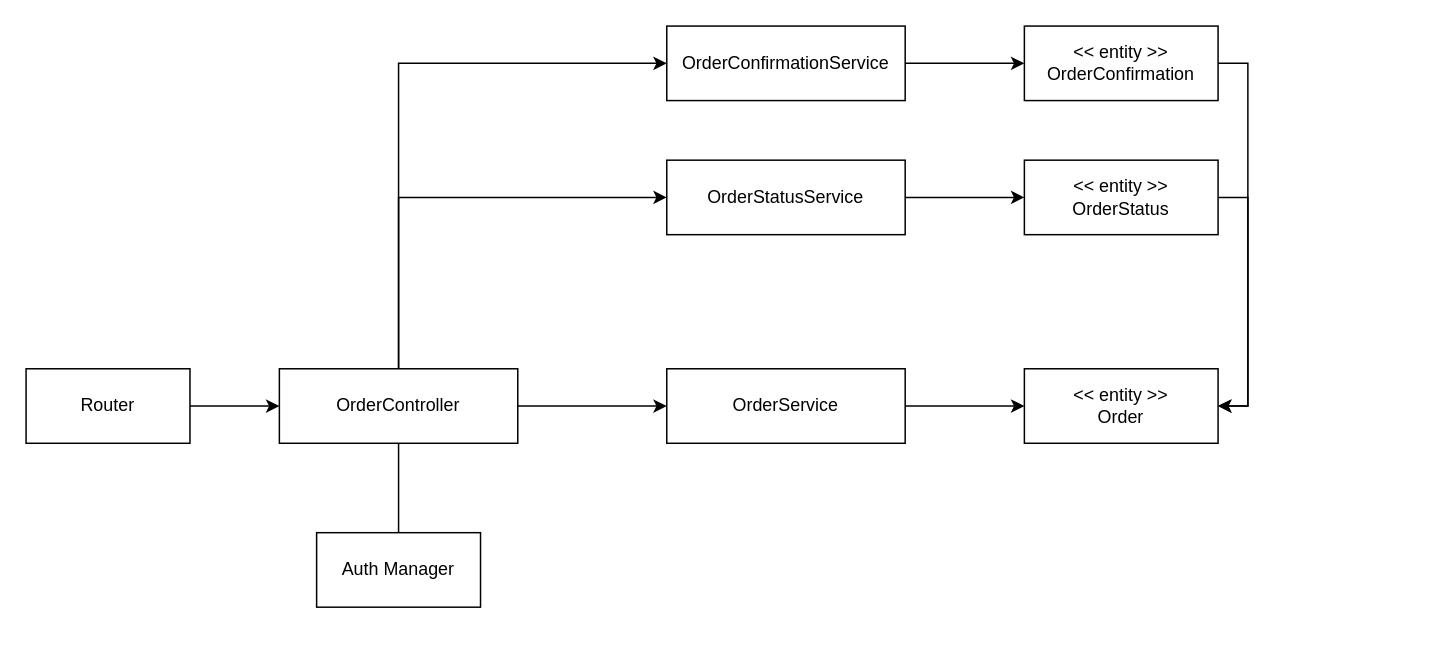
The draw.io diagram page "Use Case" (1 of 3) of magistracy/software-engeneering-methodology/diagrams/Class_UC-Component-Order.drawio in GulDilin/itmo, before the edit. Source tidied: cells renumbered, new cells numbered last; positions are measured from the earlier drawing's top-left corner, leaving out a move shared by most shapes. Both pictures are drawn from the tidied source at 149%, with x=0, y=0 at pixel (25, 25).
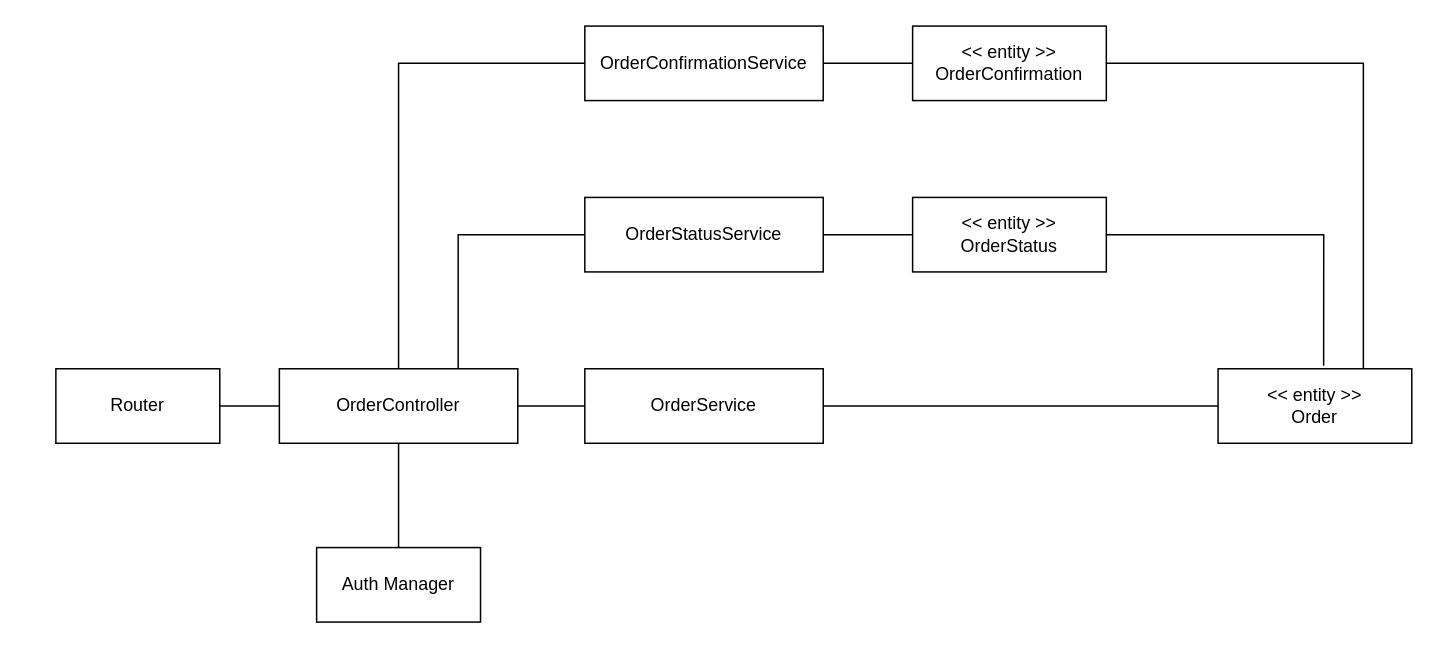
The same page after the edit.

Unchanged cells that the change refers to:
```xml
<mxCell id="6" value="OrderController" style="html=1;whiteSpace=wrap;" parent="1" vertex="1">
  <mxGeometry x="170" y="230" width="160" height="50" as="geometry" />
</mxCell>
```

Diff of the diagram source:
```diff
@@
-    <mxCell id="2" style="edgeStyle=orthogonalEdgeStyle;rounded=0;jettySize=auto;html=1;" parent="1" edge="1" source="6" target="9">
+    <mxCell id="2" style="edgeStyle=orthogonalEdgeStyle;rounded=0;jettySize=auto;html=1;endArrow=none;endFill=0;startArrow=none;startFill=0;" parent="1" edge="1" source="6" target="9">
       <mxGeometry relative="1" as="geometry" />
     </mxCell>
@@
-    <mxCell id="4" style="edgeStyle=orthogonalEdgeStyle;rounded=0;jettySize=auto;html=1;entryX=0;entryY=0.5;entryDx=0;entryDy=0;exitX=0.5;exitY=0;exitDx=0;exitDy=0;" parent="1" edge="1" source="6" target="14">
+    <mxCell id="4" style="edgeStyle=orthogonalEdgeStyle;rounded=0;jettySize=auto;html=1;entryX=0;entryY=0.5;entryDx=0;entryDy=0;exitX=0.75;exitY=0;exitDx=0;exitDy=0;endArrow=none;endFill=0;startArrow=none;startFill=0;" parent="1" edge="1" source="6" target="14">
       <mxGeometry relative="1" as="geometry" />
     </mxCell>
-    <mxCell id="5" style="edgeStyle=orthogonalEdgeStyle;rounded=0;jettySize=auto;html=1;entryX=0;entryY=0.5;entryDx=0;entryDy=0;exitX=0.5;exitY=0;exitDx=0;exitDy=0;" parent="1" edge="1" source="6" target="20">
+    <mxCell id="5" style="edgeStyle=orthogonalEdgeStyle;rounded=0;jettySize=auto;html=1;entryX=0;entryY=0.5;entryDx=0;entryDy=0;exitX=0.5;exitY=0;exitDx=0;exitDy=0;endArrow=none;endFill=0;startArrow=none;startFill=0;" parent="1" edge="1" source="6" target="20">
       <mxGeometry relative="1" as="geometry" />
     </mxCell>
@@
     <mxCell id="7" value="Auth Manager" style="html=1;whiteSpace=wrap;" parent="1" vertex="1">
-      <mxGeometry x="195" y="340" width="110" height="50" as="geometry" />
+      <mxGeometry x="195" y="350" width="110" height="50" as="geometry" />
     </mxCell>
-    <mxCell id="8" style="edgeStyle=orthogonalEdgeStyle;rounded=0;jettySize=auto;html=1;" parent="1" edge="1" source="9" target="10">
+    <mxCell id="8" style="edgeStyle=orthogonalEdgeStyle;rounded=0;jettySize=auto;html=1;endArrow=none;endFill=0;startArrow=none;startFill=0;" parent="1" edge="1" source="9" target="10">
       <mxGeometry relative="1" as="geometry" />
     </mxCell>
     <mxCell id="9" value="OrderService" style="html=1;whiteSpace=wrap;" parent="1" vertex="1">
-      <mxGeometry x="430" y="230" width="160" height="50" as="geometry" />
+      <mxGeometry x="375" y="230" width="160" height="50" as="geometry" />
     </mxCell>
     <mxCell id="10" value="&amp;lt;&amp;lt; entity &amp;gt;&amp;gt;&lt;br&gt;Order" style="html=1;whiteSpace=wrap;" parent="1" vertex="1">
-      <mxGeometry x="670" y="230" width="130" height="50" as="geometry" />
+      <mxGeometry x="800" y="230" width="130" height="50" as="geometry" />
     </mxCell>
-    <mxCell id="11" style="edgeStyle=orthogonalEdgeStyle;rounded=0;jettySize=auto;html=1;" parent="1" edge="1" source="12" target="6">
+    <mxCell id="11" style="edgeStyle=orthogonalEdgeStyle;rounded=0;jettySize=auto;html=1;endArrow=none;endFill=0;startArrow=none;startFill=0;" parent="1" edge="1" source="12" target="6">
       <mxGeometry relative="1" as="geometry" />
     </mxCell>
     <mxCell id="12" value="Router" style="html=1;whiteSpace=wrap;" parent="1" vertex="1">
-      <mxGeometry y="230" width="110" height="50" as="geometry" />
+      <mxGeometry x="20" y="230" width="110" height="50" as="geometry" />
     </mxCell>
-    <mxCell id="13" style="edgeStyle=orthogonalEdgeStyle;rounded=0;jettySize=auto;html=1;" parent="1" edge="1" source="14" target="16">
+    <mxCell id="13" style="edgeStyle=orthogonalEdgeStyle;rounded=0;jettySize=auto;html=1;endArrow=none;endFill=0;startArrow=none;startFill=0;" parent="1" edge="1" source="14" target="16">
       <mxGeometry relative="1" as="geometry" />
     </mxCell>
     <mxCell id="14" value="OrderStatusService" style="html=1;whiteSpace=wrap;" parent="1" vertex="1">
-      <mxGeometry x="430" y="90" width="160" height="50" as="geometry" />
+      <mxGeometry x="375" y="115" width="160" height="50" as="geometry" />
     </mxCell>
-    <mxCell id="15" style="edgeStyle=orthogonalEdgeStyle;rounded=0;jettySize=auto;html=1;entryX=1;entryY=0.5;entryDx=0;entryDy=0;exitX=1;exitY=0.5;exitDx=0;exitDy=0;" parent="1" edge="1" source="16" target="10">
+    <mxCell id="15" style="edgeStyle=orthogonalEdgeStyle;rounded=0;jettySize=auto;html=1;entryX=0.545;entryY=-0.039;entryDx=0;entryDy=0;exitX=1;exitY=0.5;exitDx=0;exitDy=0;entryPerimeter=0;endArrow=none;endFill=0;startArrow=none;startFill=0;" parent="1" edge="1" source="16" target="10">
       <mxGeometry relative="1" as="geometry" />
     </mxCell>
     <mxCell id="16" value="&amp;lt;&amp;lt; entity &amp;gt;&amp;gt;&lt;br&gt;OrderStatus" style="html=1;whiteSpace=wrap;" parent="1" vertex="1">
-      <mxGeometry x="670" y="90" width="130" height="50" as="geometry" />
+      <mxGeometry x="595" y="115" width="130" height="50" as="geometry" />
     </mxCell>
-    <mxCell id="17" style="edgeStyle=orthogonalEdgeStyle;rounded=0;jettySize=auto;html=1;entryX=1;entryY=0.5;entryDx=0;entryDy=0;exitX=1;exitY=0.5;exitDx=0;exitDy=0;" parent="1" edge="1" source="18" target="10">
+    <mxCell id="17" style="edgeStyle=orthogonalEdgeStyle;rounded=0;jettySize=auto;html=1;entryX=0.75;entryY=0;entryDx=0;entryDy=0;exitX=1;exitY=0.5;exitDx=0;exitDy=0;endArrow=none;endFill=0;startArrow=none;startFill=0;" parent="1" edge="1" source="18" target="10">
       <mxGeometry relative="1" as="geometry" />
     </mxCell>
     <mxCell id="18" value="&amp;lt;&amp;lt; entity &amp;gt;&amp;gt;&lt;br&gt;OrderConfirmation" style="html=1;whiteSpace=wrap;" parent="1" vertex="1">
-      <mxGeometry x="670" width="130" height="50" as="geometry" />
+      <mxGeometry x="595" width="130" height="50" as="geometry" />
     </mxCell>
-    <mxCell id="19" style="edgeStyle=orthogonalEdgeStyle;rounded=0;jettySize=auto;html=1;" parent="1" edge="1" source="20" target="18">
+    <mxCell id="19" style="edgeStyle=orthogonalEdgeStyle;rounded=0;jettySize=auto;html=1;endArrow=none;endFill=0;startArrow=none;startFill=0;" parent="1" edge="1" source="20" target="18">
       <mxGeometry relative="1" as="geometry" />
     </mxCell>
     <mxCell id="20" value="OrderConfirmationService" style="html=1;whiteSpace=wrap;" parent="1" vertex="1">
-      <mxGeometry x="430" width="160" height="50" as="geometry" />
+      <mxGeometry x="375" width="160" height="50" as="geometry" />
     </mxCell>
```
